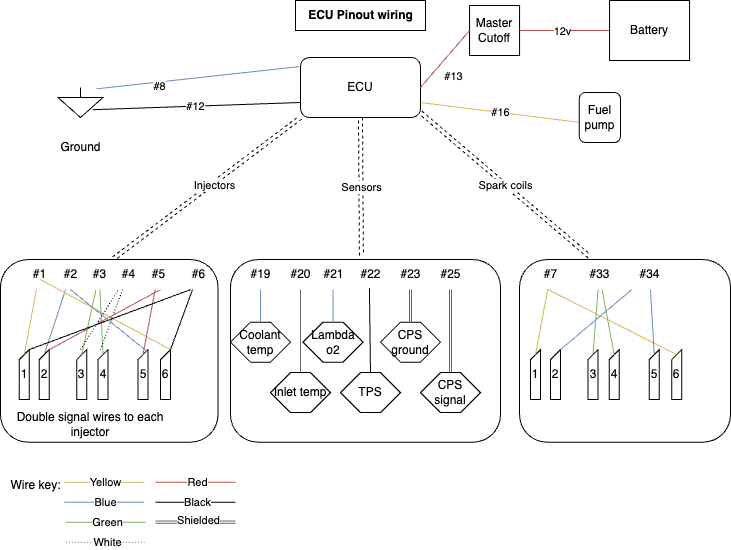
This is E30 Loom.drawio.png from milescook/bmwe30, a draw.io export, as it was before one commit. Source tidied: cells renumbered, new cells last; positions are measured from the earlier drawing's top-left corner, leaving out a move shared by most shapes.
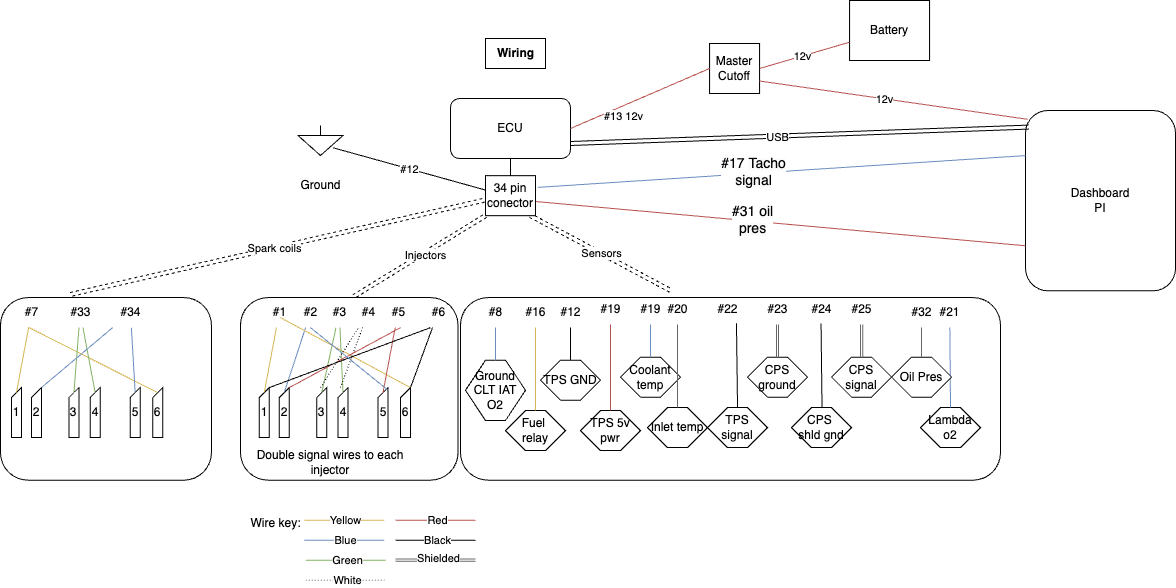
After the commit.

What changed in the source:
```diff
@@ -5,3 +5,3 @@
     <mxCell id="2" style="rounded=1;whiteSpace=wrap;html=1;" parent="1" vertex="1">
-      <mxGeometry x="230" y="259.1" width="270" height="182.5" as="geometry" />
+      <mxGeometry x="220" y="259.1" width="540" height="182.5" as="geometry" />
     </mxCell>
@@ -11,6 +11,6 @@
     <mxCell id="4" value="ECU" style="rounded=1;whiteSpace=wrap;html=1;" parent="1" vertex="1">
-      <mxGeometry x="300" y="57" width="120" height="60" as="geometry" />
+      <mxGeometry x="210" y="60" width="120" height="60" as="geometry" />
     </mxCell>
     <mxCell id="5" value="Battery" style="rounded=0;whiteSpace=wrap;html=1;" parent="1" vertex="1">
-      <mxGeometry x="609.1" width="80" height="60" as="geometry" />
+      <mxGeometry x="609.1" y="-38" width="80" height="60" as="geometry" />
     </mxCell>
@@ -22,3 +22,3 @@
     </mxCell>
-    <mxCell id="8" value="#13" style="edgeLabel;html=1;align=center;verticalAlign=middle;" parent="7" vertex="1">
+    <mxCell id="8" value="#13 12v" style="edgeLabel;html=1;align=center;verticalAlign=middle;" parent="7" vertex="1">
       <mxGeometry x="-0.58" y="2" relative="1" as="geometry">
@@ -36,11 +36,3 @@
     </mxCell>
-    <mxCell id="12" style="endArrow=none;html=1;rounded=0;entryX=0.854;entryY=0.045;entryDx=0;entryDy=0;entryPerimeter=0;exitX=-0.011;exitY=0.152;exitDx=0;exitDy=0;fillColor=#dae8fc;strokeColor=#6c8ebf;exitPerimeter=0;" parent="1" edge="1" source="4" target="11">
-      <mxGeometry relative="1" as="geometry" />
-    </mxCell>
-    <mxCell id="13" value="#8" style="edgeLabel;html=1;align=center;verticalAlign=middle;" parent="12" vertex="1">
-      <mxGeometry x="0.44" y="1" relative="1" as="geometry">
-        <mxPoint x="6" y="2" as="offset" />
-      </mxGeometry>
-    </mxCell>
-    <mxCell id="14" style="shape=link;html=1;rounded=0;exitX=0;exitY=1;exitDx=0;exitDy=0;entryX=0.143;entryY=-0.036;entryDx=0;entryDy=0;entryPerimeter=0;shadow=0;dashed=1;" parent="1" edge="1" source="4" target="32">
+    <mxCell id="14" style="shape=link;html=1;rounded=0;entryX=0.143;entryY=-0.036;entryDx=0;entryDy=0;entryPerimeter=0;shadow=0;dashed=1;exitX=0;exitY=1;exitDx=0;exitDy=0;" parent="1" edge="1" source="125" target="32">
       <mxGeometry relative="1" as="geometry" />
@@ -52,3 +44,3 @@
     </mxCell>
-    <mxCell id="16" style="endArrow=none;html=1;rounded=0;entryX=0.775;entryY=0.74;entryDx=0;entryDy=0;entryPerimeter=0;exitX=0;exitY=0.75;exitDx=0;exitDy=0;" parent="1" edge="1" source="4" target="11">
+    <mxCell id="16" style="endArrow=none;html=1;rounded=0;entryX=0.775;entryY=0.74;entryDx=0;entryDy=0;entryPerimeter=0;exitX=0.043;exitY=0.374;exitDx=0;exitDy=0;exitPerimeter=0;" parent="1" edge="1" source="125" target="11">
       <mxGeometry relative="1" as="geometry" />
@@ -140,4 +132,6 @@
     </mxCell>
-    <mxCell id="42" style="shape=link;html=1;rounded=0;exitX=0.5;exitY=1;exitDx=0;exitDy=0;dashed=1;entryX=0.273;entryY=-0.139;entryDx=0;entryDy=0;entryPerimeter=0;" parent="1" edge="1" source="4" target="54">
-      <mxGeometry relative="1" as="geometry" />
+    <mxCell id="42" style="shape=link;html=1;rounded=0;dashed=1;exitX=0.861;exitY=0.973;exitDx=0;exitDy=0;exitPerimeter=0;" parent="1" edge="1" source="125">
+      <mxGeometry relative="1" as="geometry">
+        <mxPoint x="430" y="252" as="targetPoint" />
+      </mxGeometry>
     </mxCell>
@@ -147,6 +141,6 @@
     <mxCell id="44" value="#19" style="text;html=1;align=center;verticalAlign=middle;points=[];strokeColor=none;fillColor=none;" parent="1" vertex="1">
-      <mxGeometry x="240" y="259.1" width="40" height="30" as="geometry" />
+      <mxGeometry x="390" y="256.1" width="40" height="30" as="geometry" />
     </mxCell>
     <mxCell id="45" value="Coolant temp" style="shape=hexagon;perimeter=hexagonPerimeter2;whiteSpace=wrap;html=1;fixedSize=1;" parent="1" vertex="1">
-      <mxGeometry x="230" y="321.6" width="60" height="40" as="geometry" />
+      <mxGeometry x="380" y="318.6" width="60" height="40" as="geometry" />
     </mxCell>
@@ -156,6 +150,6 @@
     <mxCell id="47" value="#20" style="text;html=1;align=center;verticalAlign=middle;strokeColor=none;fillColor=none;" parent="1" vertex="1">
-      <mxGeometry x="280" y="259.1" width="40" height="30" as="geometry" />
+      <mxGeometry x="417" y="256.1" width="40" height="30" as="geometry" />
     </mxCell>
     <mxCell id="48" value="Inlet temp" style="shape=hexagon;perimeter=hexagonPerimeter2;whiteSpace=wrap;html=1;fixedSize=1;" parent="1" vertex="1">
-      <mxGeometry x="270" y="372.1" width="60" height="40" as="geometry" />
+      <mxGeometry x="407" y="369.1" width="60" height="40" as="geometry" />
     </mxCell>
@@ -163,3 +157,3 @@
       <mxGeometry relative="1" as="geometry">
-        <mxPoint x="300" y="289.1" as="targetPoint" />
+        <mxPoint x="437" y="286.1" as="targetPoint" />
       </mxGeometry>
@@ -173,10 +167,10 @@
     <mxCell id="51" value="#21" style="text;html=1;align=center;verticalAlign=middle;strokeColor=none;fillColor=none;" parent="1" vertex="1">
-      <mxGeometry x="312.5" y="259.1" width="40" height="30" as="geometry" />
+      <mxGeometry x="689.1" y="259.1" width="40" height="30" as="geometry" />
     </mxCell>
     <mxCell id="52" value="Lambda o2" style="shape=hexagon;perimeter=hexagonPerimeter2;whiteSpace=wrap;html=1;fixedSize=1;" parent="1" vertex="1">
-      <mxGeometry x="302.5" y="321.6" width="60" height="40" as="geometry" />
+      <mxGeometry x="680" y="369.1" width="60" height="40" as="geometry" />
     </mxCell>
-    <mxCell id="53" style="endArrow=none;html=1;rounded=0;exitX=0.5;exitY=0;exitDx=0;exitDy=0;fillColor=#dae8fc;strokeColor=#6c8ebf;" parent="1" edge="1" source="52">
+    <mxCell id="53" style="endArrow=none;html=1;rounded=0;exitX=0.5;exitY=0;exitDx=0;exitDy=0;fillColor=#dae8fc;strokeColor=#6c8ebf;entryX=0.484;entryY=1;entryDx=0;entryDy=0;entryPerimeter=0;" parent="1" edge="1" source="52">
       <mxGeometry relative="1" as="geometry">
-        <mxPoint x="332.5" y="289.1" as="targetPoint" />
+        <mxPoint x="709.4" y="289.1" as="targetPoint" />
       </mxGeometry>
@@ -184,15 +178,17 @@
     <mxCell id="54" value="#22" style="text;html=1;align=center;verticalAlign=middle;points=[];strokeColor=none;fillColor=none;" parent="1" vertex="1">
-      <mxGeometry x="350" y="259.1" width="40" height="30" as="geometry" />
+      <mxGeometry x="467" y="256.1" width="40" height="30" as="geometry" />
     </mxCell>
-    <mxCell id="55" value="TPS" style="shape=hexagon;perimeter=hexagonPerimeter2;whiteSpace=wrap;html=1;fixedSize=1;" parent="1" vertex="1">
-      <mxGeometry x="340" y="372.1" width="60" height="40" as="geometry" />
+    <mxCell id="55" value="TPS signal" style="shape=hexagon;perimeter=hexagonPerimeter2;whiteSpace=wrap;html=1;fixedSize=1;" parent="1" vertex="1">
+      <mxGeometry x="467" y="369.1" width="60" height="40" as="geometry" />
     </mxCell>
-    <mxCell id="56" style="endArrow=none;html=1;rounded=0;entryX=0.473;entryY=0.956;entryDx=0;entryDy=0;entryPerimeter=0;exitX=0.5;exitY=0;exitDx=0;exitDy=0;" parent="1" edge="1" source="55" target="54">
-      <mxGeometry relative="1" as="geometry" />
+    <mxCell id="56" style="endArrow=none;html=1;rounded=0;entryX=0.473;entryY=0.956;entryDx=0;entryDy=0;entryPerimeter=0;exitX=0.5;exitY=0;exitDx=0;exitDy=0;" parent="1" edge="1" source="55">
+      <mxGeometry relative="1" as="geometry">
+        <mxPoint x="496" y="284.8" as="targetPoint" />
+      </mxGeometry>
     </mxCell>
     <mxCell id="57" value="#23" style="text;html=1;align=center;verticalAlign=middle;points=[];strokeColor=none;fillColor=none;" parent="1" vertex="1">
-      <mxGeometry x="390" y="259.1" width="40" height="30" as="geometry" />
+      <mxGeometry x="517" y="256.1" width="40" height="30" as="geometry" />
     </mxCell>
     <mxCell id="58" value="CPS ground" style="shape=hexagon;perimeter=hexagonPerimeter2;whiteSpace=wrap;html=1;fixedSize=1;" parent="1" vertex="1">
-      <mxGeometry x="380" y="321.6" width="60" height="40" as="geometry" />
+      <mxGeometry x="507" y="318.6" width="60" height="40" as="geometry" />
     </mxCell>
@@ -200,3 +196,3 @@
       <mxGeometry relative="1" as="geometry">
-        <mxPoint x="410" y="321.6" as="sourcePoint" />
+        <mxPoint x="537" y="318.6" as="sourcePoint" />
       </mxGeometry>
@@ -204,6 +200,6 @@
     <mxCell id="60" value="#25" style="text;html=1;align=center;verticalAlign=middle;points=[];strokeColor=none;fillColor=none;" parent="1" vertex="1">
-      <mxGeometry x="430" y="259.1" width="40" height="30" as="geometry" />
+      <mxGeometry x="601.1" y="256.1" width="40" height="30" as="geometry" />
     </mxCell>
     <mxCell id="61" value="CPS signal" style="shape=hexagon;perimeter=hexagonPerimeter2;whiteSpace=wrap;html=1;fixedSize=1;" parent="1" vertex="1">
-      <mxGeometry x="420" y="372.1" width="60" height="40" as="geometry" />
+      <mxGeometry x="591.1" y="318.6" width="60" height="40" as="geometry" />
     </mxCell>
@@ -283,9 +279,7 @@
     </mxCell>
-    <mxCell id="79" value="&lt;b&gt;ECU Pinout wiring&lt;/b&gt;" style="text;html=1;align=center;verticalAlign=middle;strokeColor=default;fillColor=none;" parent="1" vertex="1">
-      <mxGeometry x="295" width="130" height="30" as="geometry" />
+    <mxCell id="79" value="&lt;b&gt;Wiring&lt;/b&gt;" style="text;html=1;align=center;verticalAlign=middle;strokeColor=default;fillColor=none;" parent="1" vertex="1">
+      <mxGeometry x="245" width="60" height="30" as="geometry" />
     </mxCell>
-    <mxCell id="80" style="shape=link;html=1;rounded=0;exitX=0.5;exitY=1;exitDx=0;exitDy=0;dashed=1;entryX=0.256;entryY=-0.104;entryDx=0;entryDy=0;entryPerimeter=0;" parent="1" edge="1" target="92">
-      <mxGeometry relative="1" as="geometry">
-        <mxPoint x="420" y="112" as="sourcePoint" />
-      </mxGeometry>
+    <mxCell id="80" style="shape=link;html=1;rounded=0;dashed=1;entryX=0.256;entryY=-0.104;entryDx=0;entryDy=0;entryPerimeter=0;exitX=-0.024;exitY=0.612;exitDx=0;exitDy=0;exitPerimeter=0;" parent="1" edge="1" source="125" target="92">
+      <mxGeometry relative="1" as="geometry" />
     </mxCell>
@@ -297,6 +291,6 @@
     <mxCell id="82" style="rounded=1;whiteSpace=wrap;html=1;" parent="1" vertex="1">
-      <mxGeometry x="519.1" y="259.1" width="210.9" height="182.5" as="geometry" />
+      <mxGeometry x="-240" y="259.1" width="210.9" height="182.5" as="geometry" />
     </mxCell>
     <mxCell id="83" value="1" style="shape=card;whiteSpace=wrap;html=1;" parent="1" vertex="1">
-      <mxGeometry x="530" y="349.1" width="10" height="50" as="geometry" />
+      <mxGeometry x="-229.1" y="349.1" width="10" height="50" as="geometry" />
     </mxCell>
@@ -306,18 +300,18 @@
     <mxCell id="85" value="#7" style="text;html=1;align=center;verticalAlign=middle;points=[];strokeColor=none;fillColor=none;" parent="1" vertex="1">
-      <mxGeometry x="530" y="259.1" width="40" height="30" as="geometry" />
+      <mxGeometry x="-229.1" y="259.1" width="40" height="30" as="geometry" />
     </mxCell>
     <mxCell id="86" value="2" style="shape=card;whiteSpace=wrap;html=1;" parent="1" vertex="1">
-      <mxGeometry x="550" y="349.1" width="10" height="50" as="geometry" />
+      <mxGeometry x="-209.1" y="349.1" width="10" height="50" as="geometry" />
     </mxCell>
     <mxCell id="87" value="3" style="shape=card;whiteSpace=wrap;html=1;" parent="1" vertex="1">
-      <mxGeometry x="587.5" y="349.1" width="10" height="50" as="geometry" />
+      <mxGeometry x="-171.6" y="349.1" width="10" height="50" as="geometry" />
     </mxCell>
     <mxCell id="88" value="4" style="shape=card;whiteSpace=wrap;html=1;" parent="1" vertex="1">
-      <mxGeometry x="608.8" y="349.1" width="10" height="50" as="geometry" />
+      <mxGeometry x="-150.3" y="349.1" width="10" height="50" as="geometry" />
     </mxCell>
     <mxCell id="89" value="5" style="shape=card;whiteSpace=wrap;html=1;" parent="1" vertex="1">
-      <mxGeometry x="648.8" y="349.1" width="10" height="50" as="geometry" />
+      <mxGeometry x="-110.3" y="349.1" width="10" height="50" as="geometry" />
     </mxCell>
     <mxCell id="90" value="6" style="shape=card;whiteSpace=wrap;html=1;" parent="1" vertex="1">
-      <mxGeometry x="671.2" y="349.1" width="10" height="50" as="geometry" />
+      <mxGeometry x="-87.8" y="349.1" width="10" height="50" as="geometry" />
     </mxCell>
@@ -327,3 +321,3 @@
     <mxCell id="92" value="#33" style="text;html=1;align=center;verticalAlign=middle;points=[];strokeColor=none;fillColor=none;" parent="1" vertex="1">
-      <mxGeometry x="578.8" y="259.1" width="40" height="30" as="geometry" />
+      <mxGeometry x="-180.3" y="259.1" width="40" height="30" as="geometry" />
     </mxCell>
@@ -336,3 +330,3 @@
     <mxCell id="95" value="#34" style="text;html=1;align=center;verticalAlign=middle;points=[];strokeColor=none;fillColor=none;" parent="1" vertex="1">
-      <mxGeometry x="629.1" y="259.1" width="40" height="30" as="geometry" />
+      <mxGeometry x="-130" y="259.1" width="40" height="30" as="geometry" />
     </mxCell>
@@ -344,13 +338,99 @@
     </mxCell>
-    <mxCell id="98" style="endArrow=none;html=1;rounded=0;entryX=1;entryY=0.75;entryDx=0;entryDy=0;fillColor=#fff2cc;strokeColor=#d6b656;" parent="1" edge="1" target="4">
-      <mxGeometry relative="1" as="geometry">
-        <mxPoint x="580" y="122" as="sourcePoint" />
-      </mxGeometry>
-    </mxCell>
+    <mxCell id="101" value="#24" style="text;html=1;align=center;verticalAlign=middle;strokeColor=none;fillColor=none;" parent="1" vertex="1">
+      <mxGeometry x="561" y="256.1" width="40" height="30" as="geometry" />
+    </mxCell>
+    <mxCell id="102" value="CPS&amp;nbsp;&lt;div&gt;shld gnd&lt;/div&gt;" style="shape=hexagon;perimeter=hexagonPerimeter2;whiteSpace=wrap;html=1;fixedSize=1;" parent="1" vertex="1">
+      <mxGeometry x="551" y="369.1" width="60" height="40" as="geometry" />
+    </mxCell>
+    <mxCell id="13" value="#8" style="text;html=1;align=center;verticalAlign=middle;strokeColor=none;fillColor=none;" parent="1" vertex="1">
+      <mxGeometry x="235" y="259.1" width="40" height="30" as="geometry" />
+    </mxCell>
+    <mxCell id="103" value="Ground CLT IAT O2" style="shape=hexagon;perimeter=hexagonPerimeter2;whiteSpace=wrap;html=1;fixedSize=1;size=20;" parent="1" vertex="1">
+      <mxGeometry x="225" y="321.6" width="60" height="60.4" as="geometry" />
+    </mxCell>
+    <mxCell id="104" style="endArrow=none;html=1;rounded=0;exitX=0.5;exitY=0;exitDx=0;exitDy=0;fillColor=#dae8fc;strokeColor=#6c8ebf;" parent="1" edge="1" source="103">
+      <mxGeometry relative="1" as="geometry">
+        <mxPoint x="255" y="289.1" as="targetPoint" />
+      </mxGeometry>
+    </mxCell>
+    <mxCell id="105" style="endArrow=none;html=1;rounded=0;entryX=0.473;entryY=0.956;entryDx=0;entryDy=0;entryPerimeter=0;exitX=0.5;exitY=0;exitDx=0;exitDy=0;" parent="1" edge="1">
+      <mxGeometry relative="1" as="geometry">
+        <mxPoint x="581.5" y="369.1" as="sourcePoint" />
+        <mxPoint x="580.5" y="285.1" as="targetPoint" />
+      </mxGeometry>
+    </mxCell>
-    <mxCell id="99" value="#16" style="edgeLabel;html=1;align=center;verticalAlign=middle;points=[];" parent="98" vertex="1">
-      <mxGeometry relative="1" as="geometry" />
+    <mxCell id="99" value="#16" style="text;html=1;align=center;verticalAlign=middle;points=[];strokeColor=none;fillColor=none;" parent="1" vertex="1">
+      <mxGeometry x="275" y="259.1" width="40" height="30" as="geometry" />
     </mxCell>
-    <mxCell id="100" value="Fuel pump" style="rounded=1;whiteSpace=wrap;html=1;" parent="1" vertex="1">
-      <mxGeometry x="578.8" y="92" width="41.2" height="50" as="geometry" />
-    </mxCell>
+    <mxCell id="106" value="Fuel&amp;nbsp;&lt;div&gt;relay&lt;/div&gt;" style="shape=hexagon;perimeter=hexagonPerimeter2;whiteSpace=wrap;html=1;fixedSize=1;" parent="1" vertex="1">
+      <mxGeometry x="265" y="372.1" width="60" height="40" as="geometry" />
+    </mxCell>
+    <mxCell id="107" style="endArrow=none;html=1;rounded=0;exitX=0.5;exitY=0;exitDx=0;exitDy=0;fillColor=#fff2cc;strokeColor=#d6b656;" parent="1" edge="1" source="106" target="99">
+      <mxGeometry relative="1" as="geometry" />
+    </mxCell>
+    <mxCell id="108" style="rounded=1;whiteSpace=wrap;html=1;" parent="1" vertex="1">
+      <mxGeometry x="785" y="72" width="150" height="180.4" as="geometry" />
+    </mxCell>
+    <mxCell id="109" style="endArrow=none;html=1;rounded=0;exitX=0;exitY=0.25;exitDx=0;exitDy=0;fillColor=#dae8fc;strokeColor=#6c8ebf;entryX=1.045;entryY=0.293;entryDx=0;entryDy=0;entryPerimeter=0;" parent="1" edge="1" source="108" target="125">
+      <mxGeometry relative="1" as="geometry" />
+    </mxCell>
+    <mxCell id="110" value="&lt;font style=&quot;font-size: 14px;&quot;&gt;#17&amp;nbsp;&lt;/font&gt;&lt;span style=&quot;text-wrap: wrap; background-color: rgb(251, 251, 251);&quot;&gt;&lt;font style=&quot;font-size: 14px;&quot;&gt;Tacho signal&lt;/font&gt;&lt;/span&gt;" style="edgeLabel;html=1;align=center;verticalAlign=middle;" parent="109" vertex="1">
+      <mxGeometry x="0.12" y="-2" relative="1" as="geometry" />
+    </mxCell>
+    <mxCell id="111" value="Dashboard PI" style="text;html=1;align=center;verticalAlign=middle;whiteSpace=wrap;rounded=0;" parent="1" vertex="1">
+      <mxGeometry x="830" y="147.2" width="60" height="30" as="geometry" />
+    </mxCell>
+    <mxCell id="112" style="endArrow=none;html=1;rounded=0;entryX=0.022;entryY=0.092;entryDx=0;entryDy=0;exitX=1;exitY=0.75;exitDx=0;exitDy=0;shape=link;entryPerimeter=0;" parent="1" edge="1" source="4" target="108">
+      <mxGeometry relative="1" as="geometry" />
+    </mxCell>
+    <mxCell id="113" value="USB" style="edgeLabel;html=1;align=center;verticalAlign=middle;" parent="112" vertex="1">
+      <mxGeometry x="-0.09" y="-1" relative="1" as="geometry">
+        <mxPoint x="-1" as="offset" />
+      </mxGeometry>
+    </mxCell>
+    <mxCell id="114" value="#12" style="text;html=1;align=center;verticalAlign=middle;points=[];strokeColor=none;fillColor=none;" parent="1" vertex="1">
+      <mxGeometry x="310" y="259.1" width="40" height="30" as="geometry" />
+    </mxCell>
+    <mxCell id="115" value="TPS GND" style="shape=hexagon;perimeter=hexagonPerimeter2;whiteSpace=wrap;html=1;fixedSize=1;" parent="1" vertex="1">
+      <mxGeometry x="300" y="321.6" width="60" height="40" as="geometry" />
+    </mxCell>
+    <mxCell id="116" style="endArrow=none;html=1;rounded=0;exitX=0.5;exitY=0;exitDx=0;exitDy=0;fillColor=#dae8fc;strokeColor=#000000;" parent="1" edge="1" source="115" target="114">
+      <mxGeometry relative="1" as="geometry" />
+    </mxCell>
+    <mxCell id="117" value="#19" style="text;html=1;align=center;verticalAlign=middle;points=[];strokeColor=none;fillColor=none;" parent="1" vertex="1">
+      <mxGeometry x="350" y="256.1" width="40" height="30" as="geometry" />
+    </mxCell>
+    <mxCell id="118" value="TPS 5v pwr" style="shape=hexagon;perimeter=hexagonPerimeter2;whiteSpace=wrap;html=1;fixedSize=1;" parent="1" vertex="1">
+      <mxGeometry x="340" y="372.1" width="60" height="40" as="geometry" />
+    </mxCell>
+    <mxCell id="119" style="endArrow=none;html=1;rounded=0;exitX=0.5;exitY=0;exitDx=0;exitDy=0;fillColor=#f8cecc;strokeColor=#b85450;" parent="1" edge="1" source="118" target="117">
+      <mxGeometry relative="1" as="geometry" />
+    </mxCell>
+    <mxCell id="120" value="#32" style="text;html=1;align=center;verticalAlign=middle;points=[];strokeColor=none;fillColor=none;" parent="1" vertex="1">
+      <mxGeometry x="661.1" y="259.1" width="40" height="30" as="geometry" />
+    </mxCell>
+    <mxCell id="121" value="Oil Pres" style="shape=hexagon;perimeter=hexagonPerimeter2;whiteSpace=wrap;html=1;fixedSize=1;" parent="1" vertex="1">
+      <mxGeometry x="651.1" y="318.6" width="60" height="40" as="geometry" />
+    </mxCell>
+    <mxCell id="122" style="endArrow=none;html=1;rounded=0;exitX=0.5;exitY=0;exitDx=0;exitDy=0;fillColor=#f5f5f5;strokeColor=#666666;" parent="1" edge="1" source="121" target="120">
+      <mxGeometry relative="1" as="geometry" />
+    </mxCell>
+    <mxCell id="123" style="endArrow=none;html=1;rounded=0;exitX=0;exitY=0.75;exitDx=0;exitDy=0;fillColor=#f8cecc;strokeColor=#b85450;entryX=0.992;entryY=0.645;entryDx=0;entryDy=0;entryPerimeter=0;" parent="1" edge="1" source="108" target="125">
+      <mxGeometry relative="1" as="geometry" />
+    </mxCell>
+    <mxCell id="124" value="&lt;font style=&quot;font-size: 14px;&quot;&gt;#31&amp;nbsp;&lt;/font&gt;&lt;span style=&quot;text-wrap: wrap; background-color: rgb(251, 251, 251);&quot;&gt;&lt;font style=&quot;font-size: 14px;&quot;&gt;oil pres&lt;/font&gt;&lt;/span&gt;" style="edgeLabel;html=1;align=center;verticalAlign=middle;" parent="123" vertex="1">
+      <mxGeometry x="0.12" y="-2" relative="1" as="geometry" />
+    </mxCell>
+    <mxCell id="125" value="34 pin conector" style="rounded=0;whiteSpace=wrap;html=1;" parent="1" vertex="1">
+      <mxGeometry x="245" y="137.2" width="50" height="40" as="geometry" />
+    </mxCell>
+    <mxCell id="126" style="endArrow=none;html=1;rounded=0;entryX=0.5;entryY=1;entryDx=0;entryDy=0;exitX=0.5;exitY=0;exitDx=0;exitDy=0;" parent="1" edge="1" source="125" target="4">
+      <mxGeometry relative="1" as="geometry" />
+    </mxCell>
+    <mxCell id="127" style="endArrow=none;html=1;rounded=0;exitX=1;exitY=0.75;exitDx=0;exitDy=0;fillColor=#f8cecc;strokeColor=#b85450;entryX=0.015;entryY=0.049;entryDx=0;entryDy=0;entryPerimeter=0;" parent="1" edge="1" source="6" target="108">
+      <mxGeometry relative="1" as="geometry" />
+    </mxCell>
+    <mxCell id="128" value="12v" style="edgeLabel;html=1;align=center;verticalAlign=middle;" parent="127" vertex="1">
+      <mxGeometry x="-0.07" relative="1" as="geometry" />
+    </mxCell>
   </root>
```
